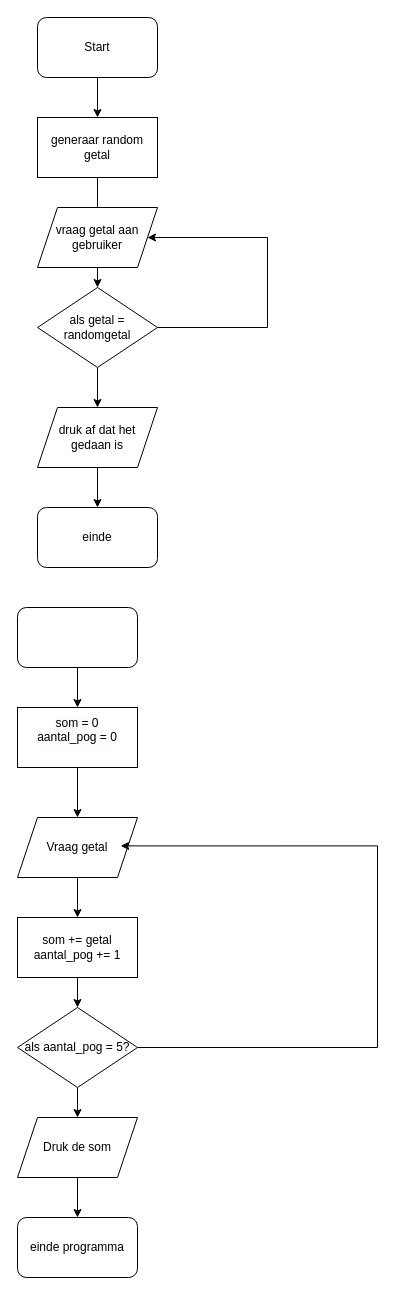
The draw.io diagram EersteOefening.drawio in Gvandezande/DrawIO_tekeningen, before the edit. Source tidied: cells renumbered, new cells numbered last; positions are measured from the earlier drawing's top-left corner, leaving out a move shared by most shapes. Both pictures are drawn from the tidied source at 100%, with x=0, y=0 at pixel (17, 17).
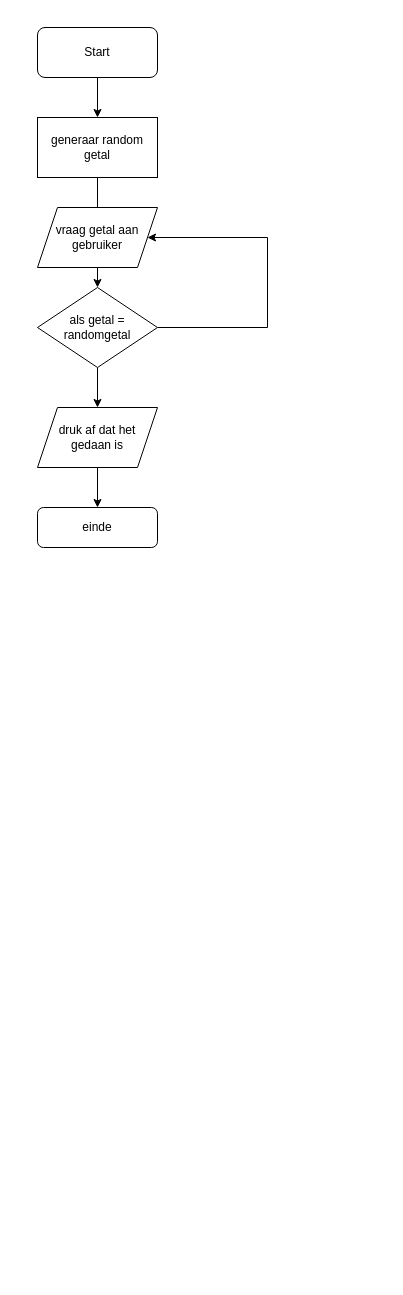
Above is the later version.

Diff of the diagram source:
```diff
@@
-    <mxCell id="2" style="edgeStyle=orthogonalEdgeStyle;rounded=0;jettySize=auto;html=1;" parent="1" edge="1" source="3" target="5">
-      <mxGeometry relative="1" as="geometry" />
-    </mxCell>
-    <mxCell id="3" style="rounded=1;whiteSpace=wrap;html=1;" parent="1" vertex="1">
-      <mxGeometry y="590" width="120" height="60" as="geometry" />
-    </mxCell>
-    <mxCell id="4" style="edgeStyle=orthogonalEdgeStyle;rounded=0;jettySize=auto;html=1;" parent="1" edge="1" source="5" target="7">
-      <mxGeometry relative="1" as="geometry" />
-    </mxCell>
-    <mxCell id="5" value="&#10;&lt;span style=&quot;color: rgb(0, 0, 0); font-family: Helvetica; font-size: 12px; font-style: normal; font-variant-ligatures: normal; font-variant-caps: normal; font-weight: 400; letter-spacing: normal; orphans: 2; text-align: center; text-indent: 0px; text-transform: none; widows: 2; word-spacing: 0px; -webkit-text-stroke-width: 0px; white-space: normal; background-color: rgb(251, 251, 251); text-decoration-thickness: initial; text-decoration-style: initial; text-decoration-color: initial; display: inline !important; float: none;&quot;&gt;som = 0&lt;/span&gt;&lt;div style=&quot;forced-color-adjust: none; color: rgb(0, 0, 0); font-family: Helvetica; font-size: 12px; font-style: normal; font-variant-ligatures: normal; font-variant-caps: normal; font-weight: 400; letter-spacing: normal; orphans: 2; text-align: center; text-indent: 0px; text-transform: none; widows: 2; word-spacing: 0px; -webkit-text-stroke-width: 0px; white-space: normal; background-color: rgb(251, 251, 251); text-decoration-thickness: initial; text-decoration-style: initial; text-decoration-color: initial;&quot;&gt;aantal_pog = 0&lt;/div&gt;&#10;&#10;" style="rounded=0;whiteSpace=wrap;html=1;" parent="1" vertex="1">
-      <mxGeometry y="690" width="120" height="60" as="geometry" />
-    </mxCell>
-    <mxCell id="6" style="edgeStyle=orthogonalEdgeStyle;rounded=0;jettySize=auto;html=1;" parent="1" edge="1" source="7" target="9">
-      <mxGeometry relative="1" as="geometry" />
-    </mxCell>
-    <mxCell id="7" value="Vraag getal" style="shape=parallelogram;perimeter=parallelogramPerimeter;whiteSpace=wrap;html=1;fixedSize=1;" parent="1" vertex="1">
-      <mxGeometry y="800" width="120" height="60" as="geometry" />
-    </mxCell>
-    <mxCell id="8" style="edgeStyle=orthogonalEdgeStyle;rounded=0;jettySize=auto;html=1;" parent="1" edge="1" source="9" target="11">
-      <mxGeometry relative="1" as="geometry" />
-    </mxCell>
-    <mxCell id="9" value="som += getal&lt;div&gt;aantal_pog += 1&lt;/div&gt;" style="rounded=0;whiteSpace=wrap;html=1;" parent="1" vertex="1">
-      <mxGeometry y="900" width="120" height="60" as="geometry" />
-    </mxCell>
-    <mxCell id="10" style="edgeStyle=orthogonalEdgeStyle;rounded=0;jettySize=auto;html=1;" parent="1" edge="1" source="11" target="14">
-      <mxGeometry relative="1" as="geometry" />
-    </mxCell>
-    <mxCell id="11" value="als aantal_pog = 5?" style="rhombus;whiteSpace=wrap;html=1;" parent="1" vertex="1">
-      <mxGeometry y="990" width="120" height="80" as="geometry" />
-    </mxCell>
-    <mxCell id="12" style="edgeStyle=orthogonalEdgeStyle;rounded=0;jettySize=auto;html=1;entryX=0.86;entryY=0.473;entryDx=0;entryDy=0;entryPerimeter=0;" parent="1" edge="1" source="11" target="7">
-      <mxGeometry relative="1" as="geometry">
-        <Array as="points">
-          <mxPoint x="360" y="1030" />
-          <mxPoint x="360" y="828" />
-        </Array>
-      </mxGeometry>
-    </mxCell>
-    <mxCell id="13" style="edgeStyle=orthogonalEdgeStyle;rounded=0;jettySize=auto;html=1;" parent="1" edge="1" source="14" target="15">
-      <mxGeometry relative="1" as="geometry" />
-    </mxCell>
-    <mxCell id="14" value="Druk de som" style="shape=parallelogram;perimeter=parallelogramPerimeter;whiteSpace=wrap;html=1;fixedSize=1;" parent="1" vertex="1">
-      <mxGeometry y="1100" width="120" height="60" as="geometry" />
-    </mxCell>
-    <mxCell id="15" value="einde programma" style="rounded=1;whiteSpace=wrap;html=1;" parent="1" vertex="1">
-      <mxGeometry y="1200" width="120" height="60" as="geometry" />
-    </mxCell>
@@
     <mxCell id="17" value="Start" style="rounded=1;whiteSpace=wrap;html=1;" parent="1" vertex="1">
-      <mxGeometry x="20" width="120" height="60" as="geometry" />
+      <mxGeometry x="20" y="10" width="120" height="50" as="geometry" />
     </mxCell>
@@
     <mxCell id="26" value="einde" style="rounded=1;whiteSpace=wrap;html=1;" parent="1" vertex="1">
-      <mxGeometry x="20" y="490" width="120" height="60" as="geometry" />
+      <mxGeometry x="20" y="490" width="120" height="40" as="geometry" />
     </mxCell>
```
